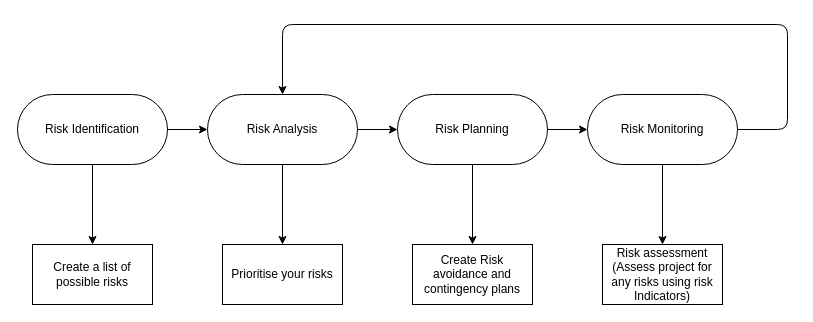
Lowkey-Awesome-Developers/Documentation keeps this draw.io diagram as risk_diagrams/structure_for_risk_management.drawio. Above is the earlier version. Source tidied: cells renumbered, new cells numbered last; positions are measured from the earlier drawing's top-left corner, leaving out a move shared by most shapes. Both pictures are drawn from the tidied source at 100%, with x=0, y=0 at pixel (17, 24).
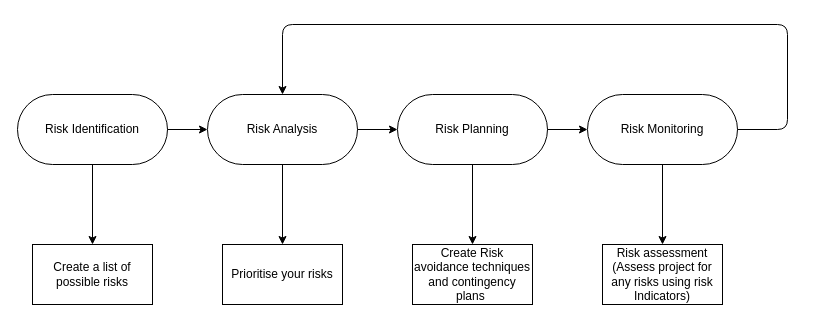
After the change.

The edit, as a diff of the source:
```diff
@@
 <mxGraphModel>
   <root>
     <mxCell id="0" />
     <mxCell id="1" parent="0" />
     <mxCell id="2" value="Risk Identification" style="rounded=1;whiteSpace=wrap;html=1;arcSize=50;" parent="1" vertex="1">
       <mxGeometry y="70" width="150" height="70" as="geometry" />
     </mxCell>
     <mxCell id="3" value="Create a list of possible risks" style="rounded=0;whiteSpace=wrap;html=1;" parent="1" vertex="1">
       <mxGeometry x="15" y="220" width="120" height="60" as="geometry" />
     </mxCell>
     <mxCell id="4" value="Risk Analysis" style="rounded=1;whiteSpace=wrap;html=1;arcSize=50;" parent="1" vertex="1">
       <mxGeometry x="190" y="70" width="150" height="70" as="geometry" />
     </mxCell>
     <mxCell id="5" value="Risk Planning" style="rounded=1;whiteSpace=wrap;html=1;arcSize=50;" parent="1" vertex="1">
       <mxGeometry x="380" y="70" width="150" height="70" as="geometry" />
     </mxCell>
     <mxCell id="6" value="Risk Monitoring" style="rounded=1;whiteSpace=wrap;html=1;arcSize=50;" parent="1" vertex="1">
       <mxGeometry x="570" y="70" width="150" height="70" as="geometry" />
     </mxCell>
     <mxCell id="7" value="Prioritise your risks" style="rounded=0;whiteSpace=wrap;html=1;" parent="1" vertex="1">
       <mxGeometry x="205" y="220" width="120" height="60" as="geometry" />
     </mxCell>
-    <mxCell id="8" value="Create Risk avoidance and contingency plans" style="rounded=0;whiteSpace=wrap;html=1;" parent="1" vertex="1">
+    <mxCell id="8" value="Create Risk avoidance techniques and contingency plans&amp;nbsp;" style="rounded=0;whiteSpace=wrap;html=1;" parent="1" vertex="1">
       <mxGeometry x="395" y="220" width="120" height="60" as="geometry" />
     </mxCell>
     <mxCell id="9" value="Risk assessment (Assess project for any risks using risk Indicators)" style="rounded=0;whiteSpace=wrap;html=1;" parent="1" vertex="1">
       <mxGeometry x="585" y="220" width="120" height="60" as="geometry" />
     </mxCell>
     <mxCell id="10" style="endArrow=classic;html=1;exitX=1;exitY=0.5;exitDx=0;exitDy=0;entryX=0;entryY=0.5;entryDx=0;entryDy=0;" parent="1" edge="1" source="2" target="4">
       <mxGeometry relative="1" as="geometry" />
     </mxCell>
     <mxCell id="11" style="endArrow=classic;html=1;exitX=0.5;exitY=1;exitDx=0;exitDy=0;entryX=0.5;entryY=0;entryDx=0;entryDy=0;" parent="1" edge="1" source="2" target="3">
       <mxGeometry relative="1" as="geometry" />
     </mxCell>
     <mxCell id="12" style="endArrow=classic;html=1;exitX=0.5;exitY=1;exitDx=0;exitDy=0;entryX=0.5;entryY=0;entryDx=0;entryDy=0;" parent="1" edge="1" source="4" target="7">
       <mxGeometry relative="1" as="geometry" />
     </mxCell>
     <mxCell id="13" style="endArrow=classic;html=1;exitX=0.5;exitY=1;exitDx=0;exitDy=0;entryX=0.5;entryY=0;entryDx=0;entryDy=0;" parent="1" edge="1" source="5" target="8">
       <mxGeometry relative="1" as="geometry" />
     </mxCell>
     <mxCell id="14" style="endArrow=classic;html=1;exitX=0.5;exitY=1;exitDx=0;exitDy=0;entryX=0.5;entryY=0;entryDx=0;entryDy=0;" parent="1" edge="1" source="6" target="9">
       <mxGeometry relative="1" as="geometry" />
     </mxCell>
     <mxCell id="15" style="endArrow=classic;html=1;exitX=1;exitY=0.5;exitDx=0;exitDy=0;entryX=0;entryY=0.5;entryDx=0;entryDy=0;" parent="1" edge="1" source="4" target="5">
       <mxGeometry relative="1" as="geometry" />
     </mxCell>
     <mxCell id="16" style="endArrow=classic;html=1;exitX=1;exitY=0.5;exitDx=0;exitDy=0;entryX=0;entryY=0.5;entryDx=0;entryDy=0;" parent="1" edge="1" source="5" target="6">
       <mxGeometry relative="1" as="geometry" />
     </mxCell>
     <mxCell id="17" style="endArrow=classic;html=1;entryX=0.5;entryY=0;entryDx=0;entryDy=0;exitX=1;exitY=0.5;exitDx=0;exitDy=0;" parent="1" edge="1" source="6" target="4">
       <mxGeometry relative="1" as="geometry">
         <Array as="points">
           <mxPoint x="770" y="105" />
           <mxPoint x="770" />
           <mxPoint x="265" />
         </Array>
       </mxGeometry>
     </mxCell>
   </root>
 </mxGraphModel>
```
